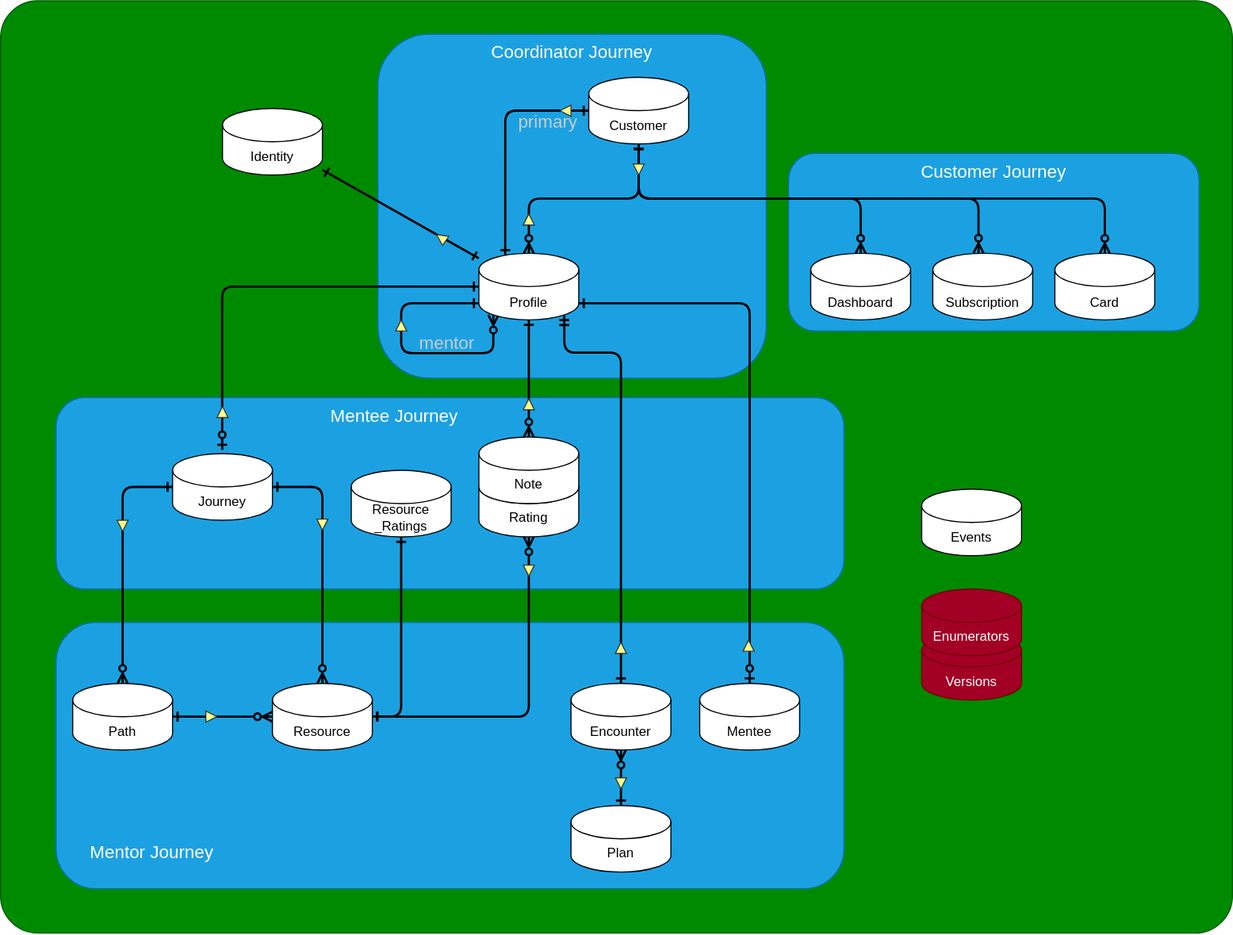
Earlier version of the draw.io export erd.svg (mentor-forge/mentorhub_mongodb_api). Source tidied: cells renumbered, new cells last; positions are measured from the earlier drawing's top-left corner, leaving out a move shared by most shapes.
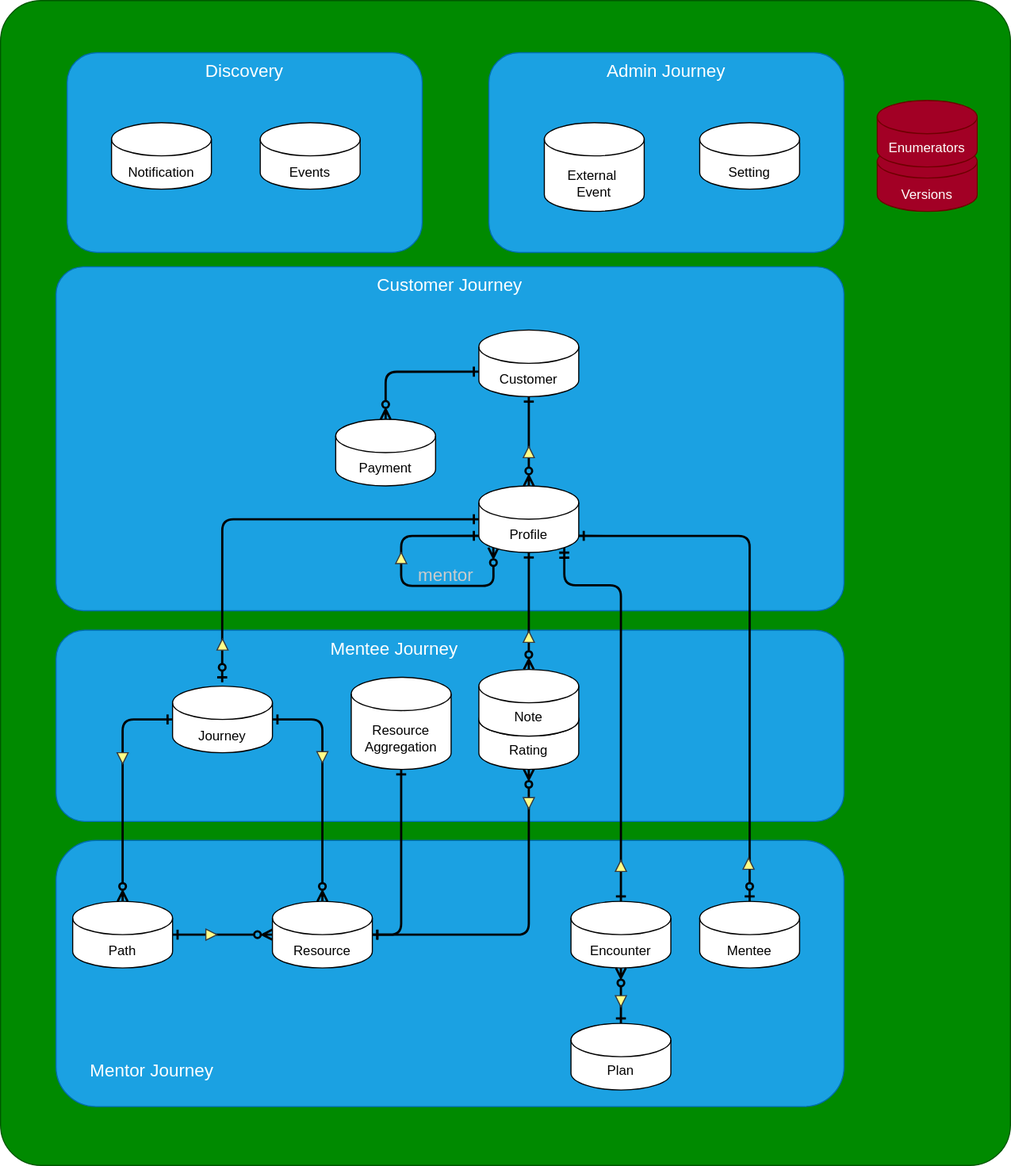
Above is the later version.

Commit message:
new journey domains added

What changed in the source:
```diff
@@ -3,26 +3,23 @@
     <mxCell id="0" />
     <mxCell id="1" parent="0" />
     <mxCell id="2" style="rounded=1;whiteSpace=wrap;html=1;fillColor=#008a00;strokeColor=#005700;fontColor=#ffffff;arcSize=4;" parent="1" vertex="1">
-      <mxGeometry width="1110" height="840" as="geometry" />
+      <mxGeometry y="-210" width="910" height="1050" as="geometry" />
     </mxCell>
     <mxCell id="3" value="Mentor Journey" style="rounded=1;whiteSpace=wrap;html=1;fontSize=16;fillColor=#1ba1e2;strokeColor=#006EAF;fontColor=#ffffff;verticalAlign=bottom;spacingLeft=29;spacingBottom=21;align=left;" parent="1" vertex="1">
-      <mxGeometry x="50" y="560" width="710" height="240" as="geometry" />
+      <mxGeometry x="50" y="547" width="710" height="240" as="geometry" />
     </mxCell>
     <mxCell id="4" value="Mentee Journey" style="rounded=1;whiteSpace=wrap;html=1;fontSize=16;fillColor=#1ba1e2;strokeColor=#006EAF;fontColor=#ffffff;verticalAlign=top;spacingRight=100;" parent="1" vertex="1">
       <mxGeometry x="50" y="357.5" width="710" height="172.5" as="geometry" />
     </mxCell>
-    <mxCell id="5" value="Coordinator Journey" style="rounded=1;whiteSpace=wrap;html=1;fontSize=16;fillColor=#1ba1e2;strokeColor=#006EAF;fontColor=#ffffff;verticalAlign=top;" parent="1" vertex="1">
-      <mxGeometry x="340" y="30" width="350" height="310" as="geometry" />
+    <mxCell id="5" value="Customer Journey" style="rounded=1;whiteSpace=wrap;html=1;fontSize=16;fillColor=#1ba1e2;strokeColor=#006EAF;fontColor=#ffffff;verticalAlign=top;arcSize=8;" parent="1" vertex="1">
+      <mxGeometry x="50" y="30" width="710" height="310" as="geometry" />
     </mxCell>
-    <mxCell id="6" value="Customer Journey" style="rounded=1;whiteSpace=wrap;html=1;fontSize=16;fillColor=#1ba1e2;strokeColor=#006EAF;fontColor=#ffffff;verticalAlign=top;" parent="1" vertex="1">
-      <mxGeometry x="710" y="137.5" width="370" height="160" as="geometry" />
+    <mxCell id="6" value="Admin Journey" style="rounded=1;whiteSpace=wrap;html=1;fontSize=16;fillColor=#1ba1e2;strokeColor=#006EAF;fontColor=#ffffff;verticalAlign=top;" parent="1" vertex="1">
+      <mxGeometry x="440" y="-163" width="320" height="180" as="geometry" />
     </mxCell>
-    <mxCell id="7" value="Dashboard" style="shape=cylinder3;whiteSpace=wrap;html=1;boundedLbl=1;backgroundOutline=1;size=15;spacingTop=3;" parent="1" vertex="1">
-      <mxGeometry x="730" y="227.5" width="90" height="60" as="geometry" />
+    <mxCell id="7" value="External&amp;nbsp;&lt;br&gt;Event" style="shape=cylinder3;whiteSpace=wrap;html=1;boundedLbl=1;backgroundOutline=1;size=15;spacingTop=3;" parent="1" vertex="1">
+      <mxGeometry x="490" y="-100" width="90" height="80" as="geometry" />
     </mxCell>
-    <mxCell id="8" value="Events" style="shape=cylinder3;whiteSpace=wrap;html=1;boundedLbl=1;backgroundOutline=1;size=15;spacingTop=3;" parent="1" vertex="1">
-      <mxGeometry x="830" y="440" width="90" height="60" as="geometry" />
-    </mxCell>
     <mxCell id="9" style="edgeStyle=orthogonalEdgeStyle;html=1;exitX=0.5;exitY=1;exitDx=0;exitDy=0;exitPerimeter=0;entryX=1;entryY=0.5;entryDx=0;entryDy=0;entryPerimeter=0;strokeWidth=2;startArrow=ERzeroToMany;startFill=0;endArrow=ERone;endFill=0;" parent="1" edge="1" source="34" target="13">
       <mxGeometry relative="1" as="geometry" />
     </mxCell>
@@ -36,23 +33,14 @@
       <mxGeometry x="155" y="408" width="90" height="60" as="geometry" />
     </mxCell>
     <mxCell id="13" value="Resource" style="shape=cylinder3;whiteSpace=wrap;html=1;boundedLbl=1;backgroundOutline=1;size=15;spacingTop=3;" parent="1" vertex="1">
-      <mxGeometry x="245" y="615" width="90" height="60" as="geometry" />
+      <mxGeometry x="245" y="602" width="90" height="60" as="geometry" />
     </mxCell>
     <mxCell id="14" style="edgeStyle=orthogonalEdgeStyle;html=1;exitX=1;exitY=0.5;exitDx=0;exitDy=0;exitPerimeter=0;entryX=0;entryY=0.5;entryDx=0;entryDy=0;entryPerimeter=0;labelBackgroundColor=none;strokeWidth=2;fontSize=16;startArrow=ERone;startFill=0;endArrow=ERzeroToMany;endFill=0;" parent="1" edge="1" source="15" target="13">
       <mxGeometry relative="1" as="geometry" />
     </mxCell>
     <mxCell id="15" value="Path" style="shape=cylinder3;whiteSpace=wrap;html=1;boundedLbl=1;backgroundOutline=1;size=15;spacingTop=3;" parent="1" vertex="1">
-      <mxGeometry x="65" y="615" width="90" height="60" as="geometry" />
+      <mxGeometry x="65" y="602" width="90" height="60" as="geometry" />
     </mxCell>
-    <mxCell id="16" value="Card" style="shape=cylinder3;whiteSpace=wrap;html=1;boundedLbl=1;backgroundOutline=1;size=15;spacingTop=3;" parent="1" vertex="1">
-      <mxGeometry x="950" y="227.5" width="90" height="60" as="geometry" />
-    </mxCell>
-    <mxCell id="17" style="edgeStyle=none;html=1;endArrow=ERone;endFill=0;startArrow=ERone;startFill=0;strokeWidth=2;" parent="1" edge="1" source="18" target="23">
-      <mxGeometry relative="1" as="geometry" />
-    </mxCell>
-    <mxCell id="18" value="Identity" style="shape=cylinder3;whiteSpace=wrap;html=1;boundedLbl=1;backgroundOutline=1;size=15;gradientColor=none;fillColor=default;spacingTop=3;" parent="1" vertex="1">
-      <mxGeometry x="200" y="97" width="90" height="60" as="geometry" />
-    </mxCell>
     <mxCell id="19" style="edgeStyle=orthogonalEdgeStyle;html=1;exitX=0;exitY=0.5;exitDx=0;exitDy=0;exitPerimeter=0;entryX=0.497;entryY=-0.058;entryDx=0;entryDy=0;entryPerimeter=0;strokeWidth=2;startArrow=ERone;startFill=0;endArrow=ERzeroToOne;endFill=0;" parent="1" edge="1" source="23" target="12">
       <mxGeometry relative="1" as="geometry" />
     </mxCell>
@@ -75,31 +63,19 @@
       <mxGeometry x="431" y="227.5" width="90" height="60" as="geometry" />
     </mxCell>
     <mxCell id="24" value="Encounter" style="shape=cylinder3;whiteSpace=wrap;html=1;boundedLbl=1;backgroundOutline=1;size=15;spacingTop=3;" parent="1" vertex="1">
-      <mxGeometry x="514" y="615" width="90" height="60" as="geometry" />
+      <mxGeometry x="514" y="602" width="90" height="60" as="geometry" />
     </mxCell>
     <mxCell id="25" style="edgeStyle=orthogonalEdgeStyle;html=1;exitX=0.5;exitY=0;exitDx=0;exitDy=0;exitPerimeter=0;entryX=0.5;entryY=1;entryDx=0;entryDy=0;entryPerimeter=0;strokeWidth=2;startArrow=ERone;startFill=0;endArrow=ERzeroToMany;endFill=0;" parent="1" edge="1" source="26" target="24">
       <mxGeometry relative="1" as="geometry" />
     </mxCell>
     <mxCell id="26" value="Plan" style="shape=cylinder3;whiteSpace=wrap;html=1;boundedLbl=1;backgroundOutline=1;size=15;" parent="1" vertex="1">
-      <mxGeometry x="514" y="725" width="90" height="60" as="geometry" />
+      <mxGeometry x="514" y="712" width="90" height="60" as="geometry" />
     </mxCell>
-    <mxCell id="27" value="Subscription" style="shape=cylinder3;whiteSpace=wrap;html=1;boundedLbl=1;backgroundOutline=1;size=15;spacingTop=3;" parent="1" vertex="1">
-      <mxGeometry x="840" y="227.5" width="90" height="60" as="geometry" />
+    <mxCell id="27" value="Setting" style="shape=cylinder3;whiteSpace=wrap;html=1;boundedLbl=1;backgroundOutline=1;size=15;spacingTop=3;" parent="1" vertex="1">
+      <mxGeometry x="630" y="-100" width="90" height="60" as="geometry" />
     </mxCell>
-    <mxCell id="28" style="edgeStyle=orthogonalEdgeStyle;html=1;exitX=0.5;exitY=1;exitDx=0;exitDy=0;exitPerimeter=0;entryX=0.5;entryY=0;entryDx=0;entryDy=0;entryPerimeter=0;strokeWidth=2;startArrow=ERone;startFill=0;endArrow=ERzeroToMany;endFill=0;" parent="1" edge="1" source="32" target="7">
-      <mxGeometry relative="1" as="geometry" />
-    </mxCell>
-    <mxCell id="29" style="edgeStyle=orthogonalEdgeStyle;html=1;entryX=0.458;entryY=-0.002;entryDx=0;entryDy=0;entryPerimeter=0;strokeWidth=2;startArrow=ERone;startFill=0;endArrow=ERzeroToMany;endFill=0;exitX=0.5;exitY=1;exitDx=0;exitDy=0;exitPerimeter=0;" parent="1" edge="1" source="32" target="27">
-      <mxGeometry relative="1" as="geometry" />
-    </mxCell>
-    <mxCell id="30" style="edgeStyle=orthogonalEdgeStyle;html=1;exitX=0.5;exitY=1;exitDx=0;exitDy=0;exitPerimeter=0;entryX=0.5;entryY=0;entryDx=0;entryDy=0;entryPerimeter=0;strokeWidth=2;startArrow=ERone;startFill=0;endArrow=ERzeroToMany;endFill=0;fontSize=32;labelBackgroundColor=none;" parent="1" edge="1" source="32" target="16">
-      <mxGeometry relative="1" as="geometry" />
-    </mxCell>
-    <mxCell id="31" value="&lt;span style=&quot;font-size: 16px;&quot;&gt;primary&lt;/span&gt;" style="edgeStyle=orthogonalEdgeStyle;html=1;exitX=0;exitY=0.5;exitDx=0;exitDy=0;exitPerimeter=0;labelBackgroundColor=none;strokeWidth=2;fontSize=32;startArrow=ERone;startFill=0;endArrow=ERone;endFill=0;entryX=0.264;entryY=0.028;entryDx=0;entryDy=0;entryPerimeter=0;spacingTop=9;fontColor=#CCCCCC;" parent="1" edge="1" source="32" target="23">
-      <mxGeometry x="-0.65" relative="1" as="geometry" />
-    </mxCell>
     <mxCell id="32" value="Customer" style="shape=cylinder3;whiteSpace=wrap;html=1;boundedLbl=1;backgroundOutline=1;size=15;spacingTop=3;" parent="1" vertex="1">
-      <mxGeometry x="530" y="69" width="90" height="60" as="geometry" />
+      <mxGeometry x="431" y="87" width="90" height="60" as="geometry" />
     </mxCell>
     <mxCell id="33" style="group;spacingTop=3;" parent="1" vertex="1">
       <mxGeometry x="431" y="393" width="90" height="90" as="geometry" />
@@ -111,17 +87,11 @@
       <mxGeometry width="90" height="60" as="geometry" />
     </mxCell>
     <mxCell id="36" value="Versions" style="shape=cylinder3;whiteSpace=wrap;html=1;boundedLbl=1;backgroundOutline=1;size=15;fillColor=#a20025;strokeColor=#6F0000;fontColor=#ffffff;spacingTop=3;" parent="1" vertex="1">
-      <mxGeometry x="830" y="570" width="90" height="60" as="geometry" />
+      <mxGeometry x="790" y="-80" width="90" height="60" as="geometry" />
     </mxCell>
     <mxCell id="37" value="Enumerators" style="shape=cylinder3;whiteSpace=wrap;html=1;boundedLbl=1;backgroundOutline=1;size=15;fillColor=#a20025;strokeColor=#6F0000;fontColor=#ffffff;" parent="1" vertex="1">
-      <mxGeometry x="830" y="530" width="90" height="60" as="geometry" />
+      <mxGeometry x="790" y="-120" width="90" height="60" as="geometry" />
     </mxCell>
-    <mxCell id="38" style="triangle;whiteSpace=wrap;html=1;fontSize=16;fillColor=#ffff88;strokeColor=#36393d;rotation=-180;" parent="1" vertex="1">
-      <mxGeometry x="504" y="94" width="10" height="10" as="geometry" />
-    </mxCell>
-    <mxCell id="39" style="triangle;whiteSpace=wrap;html=1;fontSize=16;fillColor=#ffff88;strokeColor=#36393d;rotation=90;" parent="1" vertex="1">
-      <mxGeometry x="570" y="147" width="10" height="10" as="geometry" />
-    </mxCell>
     <mxCell id="40" style="triangle;whiteSpace=wrap;html=1;fontSize=16;fillColor=#ffff88;strokeColor=#36393d;rotation=-90;" parent="1" vertex="1">
       <mxGeometry x="471" y="358.5" width="10" height="10" as="geometry" />
     </mxCell>
@@ -129,7 +99,7 @@
       <mxGeometry x="471" y="508.5" width="10" height="10" as="geometry" />
     </mxCell>
     <mxCell id="42" style="triangle;whiteSpace=wrap;html=1;fontSize=16;fillColor=#ffff88;strokeColor=#36393d;rotation=90;" parent="1" vertex="1">
-      <mxGeometry x="554" y="700" width="10" height="10" as="geometry" />
+      <mxGeometry x="554" y="687" width="10" height="10" as="geometry" />
     </mxCell>
     <mxCell id="43" style="triangle;whiteSpace=wrap;html=1;fontSize=16;fillColor=#ffff88;strokeColor=#36393d;rotation=90;" parent="1" vertex="1">
       <mxGeometry x="285" y="467" width="10" height="10" as="geometry" />
@@ -138,7 +108,7 @@
       <mxGeometry x="105" y="468" width="10" height="10" as="geometry" />
     </mxCell>
     <mxCell id="45" style="triangle;whiteSpace=wrap;html=1;fontSize=16;fillColor=#ffff88;strokeColor=#36393d;rotation=0;" parent="1" vertex="1">
-      <mxGeometry x="185" y="640" width="10" height="10" as="geometry" />
+      <mxGeometry x="185" y="627" width="10" height="10" as="geometry" />
     </mxCell>
     <mxCell id="46" style="triangle;whiteSpace=wrap;html=1;fontSize=16;fillColor=#ffff88;strokeColor=#36393d;rotation=-90;" parent="1" vertex="1">
       <mxGeometry x="195" y="365.5" width="10" height="10" as="geometry" />
@@ -146,9 +116,6 @@
     <mxCell id="47" style="triangle;whiteSpace=wrap;html=1;fontSize=16;fillColor=#ffff88;strokeColor=#36393d;rotation=-90;" parent="1" vertex="1">
       <mxGeometry x="356" y="287.5" width="10" height="10" as="geometry" />
     </mxCell>
-    <mxCell id="48" style="triangle;whiteSpace=wrap;html=1;fontSize=16;fillColor=#ffff88;strokeColor=#36393d;rotation=-145;" parent="1" vertex="1">
-      <mxGeometry x="392" y="208.5" width="10" height="10" as="geometry" />
-    </mxCell>
     <mxCell id="49" style="edgeStyle=orthogonalEdgeStyle;html=1;entryX=0.5;entryY=0;entryDx=0;entryDy=0;entryPerimeter=0;strokeWidth=2;startArrow=ERmandOne;startFill=0;endArrow=ERone;endFill=0;exitX=0.855;exitY=1;exitDx=0;exitDy=-4.35;exitPerimeter=0;" parent="1" edge="1" source="23" target="24">
       <mxGeometry relative="1" as="geometry">
         <Array as="points">
@@ -158,13 +125,13 @@
       </mxGeometry>
     </mxCell>
     <mxCell id="50" style="triangle;whiteSpace=wrap;html=1;fontSize=16;fillColor=#ffff88;strokeColor=#36393d;rotation=-90;" parent="1" vertex="1">
-      <mxGeometry x="554" y="578" width="10" height="10" as="geometry" />
+      <mxGeometry x="554" y="565" width="10" height="10" as="geometry" />
     </mxCell>
     <mxCell id="51" style="triangle;whiteSpace=wrap;html=1;fontSize=16;fillColor=#ffff88;strokeColor=#36393d;rotation=-90;" parent="1" vertex="1">
       <mxGeometry x="471" y="192" width="10" height="10" as="geometry" />
     </mxCell>
     <mxCell id="52" value="Mentee" style="shape=cylinder3;whiteSpace=wrap;html=1;boundedLbl=1;backgroundOutline=1;size=15;spacingTop=3;" parent="1" vertex="1">
-      <mxGeometry x="630" y="615" width="90" height="60" as="geometry" />
+      <mxGeometry x="630" y="602" width="90" height="60" as="geometry" />
     </mxCell>
     <mxCell id="53" style="edgeStyle=orthogonalEdgeStyle;html=1;endArrow=ERzeroToOne;endFill=0;startArrow=ERone;startFill=0;strokeWidth=2;entryX=0.5;entryY=0;entryDx=0;entryDy=0;entryPerimeter=0;exitX=1;exitY=1;exitDx=0;exitDy=-15;exitPerimeter=0;" parent="1" edge="1" source="23" target="52">
       <mxGeometry relative="1" as="geometry">
@@ -174,17 +141,32 @@
       </mxGeometry>
     </mxCell>
     <mxCell id="54" style="triangle;whiteSpace=wrap;html=1;fontSize=16;fillColor=#ffff88;strokeColor=#36393d;rotation=-90;" parent="1" vertex="1">
-      <mxGeometry x="669" y="576" width="10" height="10" as="geometry" />
+      <mxGeometry x="669" y="563" width="10" height="10" as="geometry" />
     </mxCell>
     <mxCell id="55" style="edgeStyle=orthogonalEdgeStyle;html=1;exitX=0.5;exitY=1;exitDx=0;exitDy=0;exitPerimeter=0;entryX=1;entryY=0.5;entryDx=0;entryDy=0;entryPerimeter=0;strokeWidth=2;startArrow=ERone;startFill=0;endArrow=ERone;endFill=0;" parent="1" edge="1" source="56" target="13">
       <mxGeometry relative="1" as="geometry">
         <Array as="points">
-          <mxPoint x="361" y="645" />
+          <mxPoint x="361" y="632" />
         </Array>
       </mxGeometry>
     </mxCell>
-    <mxCell id="56" value="Resource&lt;br&gt;_Ratings" style="shape=cylinder3;whiteSpace=wrap;html=1;boundedLbl=1;backgroundOutline=1;size=15;" parent="1" vertex="1">
-      <mxGeometry x="316" y="423" width="90" height="60" as="geometry" />
+    <mxCell id="56" value="Resource&lt;br&gt;Aggregation" style="shape=cylinder3;whiteSpace=wrap;html=1;boundedLbl=1;backgroundOutline=1;size=15;" parent="1" vertex="1">
+      <mxGeometry x="316" y="400" width="90" height="83" as="geometry" />
     </mxCell>
+    <mxCell id="57" value="Payment" style="shape=cylinder3;whiteSpace=wrap;html=1;boundedLbl=1;backgroundOutline=1;size=15;spacingTop=3;" parent="1" vertex="1">
+      <mxGeometry x="302" y="167.5" width="90" height="60" as="geometry" />
+    </mxCell>
+    <mxCell id="58" value="Discovery" style="rounded=1;whiteSpace=wrap;html=1;fontSize=16;fillColor=#1ba1e2;strokeColor=#006EAF;fontColor=#ffffff;verticalAlign=top;arcSize=15;" parent="1" vertex="1">
+      <mxGeometry x="60" y="-163" width="320" height="180" as="geometry" />
+    </mxCell>
+    <mxCell id="59" style="edgeStyle=orthogonalEdgeStyle;html=1;exitX=0.5;exitY=0;exitDx=0;exitDy=0;exitPerimeter=0;strokeWidth=2;startArrow=ERzeroToMany;startFill=0;endArrow=ERone;endFill=0;entryX=0;entryY=0;entryDx=0;entryDy=37.5;entryPerimeter=0;" parent="1" edge="1" source="57" target="32">
+      <mxGeometry relative="1" as="geometry" />
+    </mxCell>
+    <mxCell id="8" value="Events" style="shape=cylinder3;whiteSpace=wrap;html=1;boundedLbl=1;backgroundOutline=1;size=15;spacingTop=3;" parent="1" vertex="1">
+      <mxGeometry x="234" y="-100" width="90" height="60" as="geometry" />
+    </mxCell>
+    <mxCell id="16" value="Notification" style="shape=cylinder3;whiteSpace=wrap;html=1;boundedLbl=1;backgroundOutline=1;size=15;spacingTop=3;" parent="1" vertex="1">
+      <mxGeometry x="100" y="-100" width="90" height="60" as="geometry" />
+    </mxCell>
   </root>
 </mxGraphModel>
```
